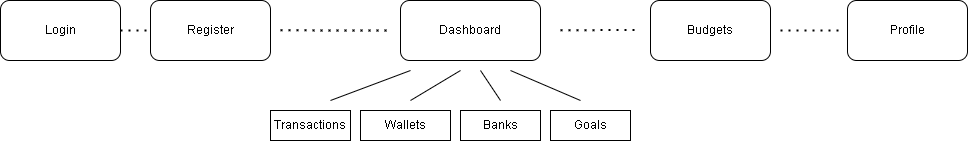
This is public/assets/imgs/CashManager - Diagram.drawio.png from KloutDevs/personal-portfolio, a draw.io export, as it was before one commit. Source tidied: cells renumbered, new cells last; positions are measured from the earlier drawing's top-left corner, leaving out a move shared by most shapes. Source of this version:
```xml
<mxGraphModel>
  <root>
    <mxCell id="0" />
    <mxCell id="1" parent="0" />
    <mxCell id="2" value="Login" style="rounded=1;whiteSpace=wrap;html=1;" parent="1" vertex="1">
      <mxGeometry width="120" height="60" as="geometry" />
    </mxCell>
    <mxCell id="3" value="Register" style="rounded=1;whiteSpace=wrap;html=1;" parent="1" vertex="1">
      <mxGeometry x="150" width="120" height="60" as="geometry" />
    </mxCell>
    <mxCell id="4" value="Dashboard" style="rounded=1;whiteSpace=wrap;html=1;" parent="1" vertex="1">
      <mxGeometry x="400" width="140" height="60" as="geometry" />
    </mxCell>
    <mxCell id="5" value="Budgets" style="rounded=1;whiteSpace=wrap;html=1;" parent="1" vertex="1">
      <mxGeometry x="650" width="120" height="60" as="geometry" />
    </mxCell>
    <mxCell id="6" value="Profile" style="rounded=1;whiteSpace=wrap;html=1;" parent="1" vertex="1">
      <mxGeometry x="847" width="120" height="60" as="geometry" />
    </mxCell>
    <mxCell id="7" value="Transactions" style="rounded=0;whiteSpace=wrap;html=1;" parent="1" vertex="1">
      <mxGeometry x="270" y="110" width="80" height="30" as="geometry" />
    </mxCell>
    <mxCell id="8" style="endArrow=none;html=1;rounded=0;" parent="1" edge="1">
      <mxGeometry relative="1" as="geometry">
        <mxPoint x="410" y="100" as="sourcePoint" />
        <mxPoint x="460" y="70" as="targetPoint" />
      </mxGeometry>
    </mxCell>
    <mxCell id="9" value="Wallets" style="rounded=0;whiteSpace=wrap;html=1;" parent="1" vertex="1">
      <mxGeometry x="360" y="110" width="90" height="30" as="geometry" />
    </mxCell>
    <mxCell id="10" value="Banks" style="rounded=0;whiteSpace=wrap;html=1;" parent="1" vertex="1">
      <mxGeometry x="460" y="110" width="80" height="30" as="geometry" />
    </mxCell>
    <mxCell id="11" value="Goals" style="rounded=0;whiteSpace=wrap;html=1;" parent="1" vertex="1">
      <mxGeometry x="550" y="110" width="80" height="30" as="geometry" />
    </mxCell>
    <mxCell id="12" style="endArrow=none;html=1;rounded=0;" parent="1" edge="1">
      <mxGeometry relative="1" as="geometry">
        <mxPoint x="500" y="100" as="sourcePoint" />
        <mxPoint x="480" y="70" as="targetPoint" />
      </mxGeometry>
    </mxCell>
    <mxCell id="13" style="endArrow=none;html=1;rounded=0;" parent="1" edge="1">
      <mxGeometry relative="1" as="geometry">
        <mxPoint x="580" y="100" as="sourcePoint" />
        <mxPoint x="510" y="70" as="targetPoint" />
      </mxGeometry>
    </mxCell>
    <mxCell id="14" style="endArrow=none;html=1;rounded=0;" parent="1" edge="1">
      <mxGeometry relative="1" as="geometry">
        <mxPoint x="330" y="100" as="sourcePoint" />
        <mxPoint x="410" y="70" as="targetPoint" />
      </mxGeometry>
    </mxCell>
    <mxCell id="15" style="endArrow=none;dashed=1;html=1;dashPattern=1 3;strokeWidth=2;rounded=0;" parent="1" edge="1">
      <mxGeometry relative="1" as="geometry">
        <mxPoint x="560" y="29.8" as="sourcePoint" />
        <mxPoint x="640" y="29.4" as="targetPoint" />
      </mxGeometry>
    </mxCell>
    <mxCell id="16" style="endArrow=none;dashed=1;html=1;dashPattern=1 3;strokeWidth=2;rounded=0;" parent="1" edge="1">
      <mxGeometry relative="1" as="geometry">
        <mxPoint x="780" y="30" as="sourcePoint" />
        <mxPoint x="840" y="30" as="targetPoint" />
      </mxGeometry>
    </mxCell>
    <mxCell id="17" style="endArrow=none;dashed=1;html=1;dashPattern=1 3;strokeWidth=2;rounded=0;" parent="1" edge="1">
      <mxGeometry relative="1" as="geometry">
        <mxPoint x="280" y="29.8" as="sourcePoint" />
        <mxPoint x="390" y="30" as="targetPoint" />
      </mxGeometry>
    </mxCell>
    <mxCell id="18" style="endArrow=none;dashed=1;html=1;dashPattern=1 3;strokeWidth=2;rounded=0;exitX=1;exitY=0.5;exitDx=0;exitDy=0;" parent="1" edge="1" source="2">
      <mxGeometry relative="1" as="geometry">
        <mxPoint x="150" y="30" as="targetPoint" />
      </mxGeometry>
    </mxCell>
  </root>
</mxGraphModel>
```
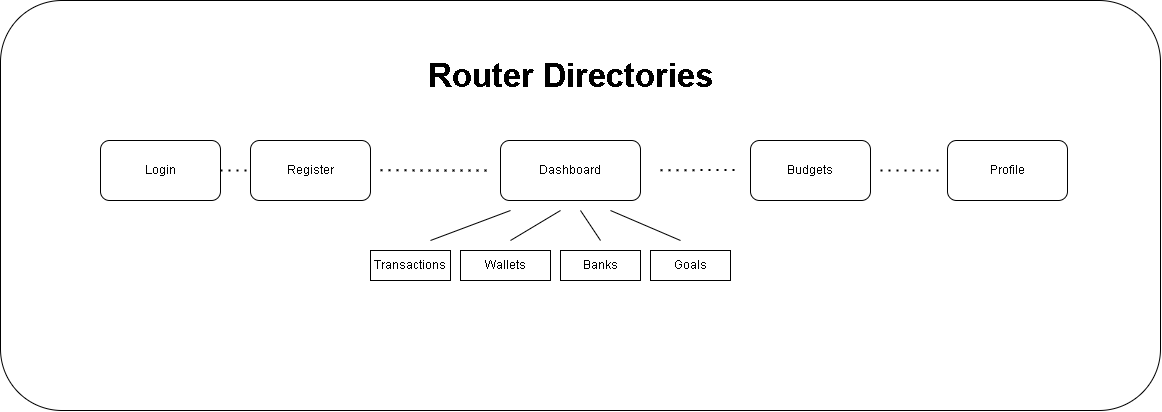
After the commit.

The edit, as a diff of the source:
```diff
@@ -76,5 +76,11 @@
         <mxPoint x="150" y="30" as="targetPoint" />
       </mxGeometry>
     </mxCell>
+    <mxCell id="19" style="rounded=1;whiteSpace=wrap;html=1;fillColor=none;" parent="1" vertex="1">
+      <mxGeometry x="-100" y="-140" width="1160" height="410" as="geometry" />
+    </mxCell>
+    <mxCell id="20" value="&lt;font style=&quot;font-size: 33px;&quot;&gt;&lt;b&gt;Router Directories&lt;/b&gt;&lt;/font&gt;" style="text;html=1;strokeColor=none;fillColor=none;align=center;verticalAlign=middle;whiteSpace=wrap;rounded=0;" parent="1" vertex="1">
+      <mxGeometry x="265" y="-100" width="410" height="70" as="geometry" />
+    </mxCell>
   </root>
 </mxGraphModel>
```
